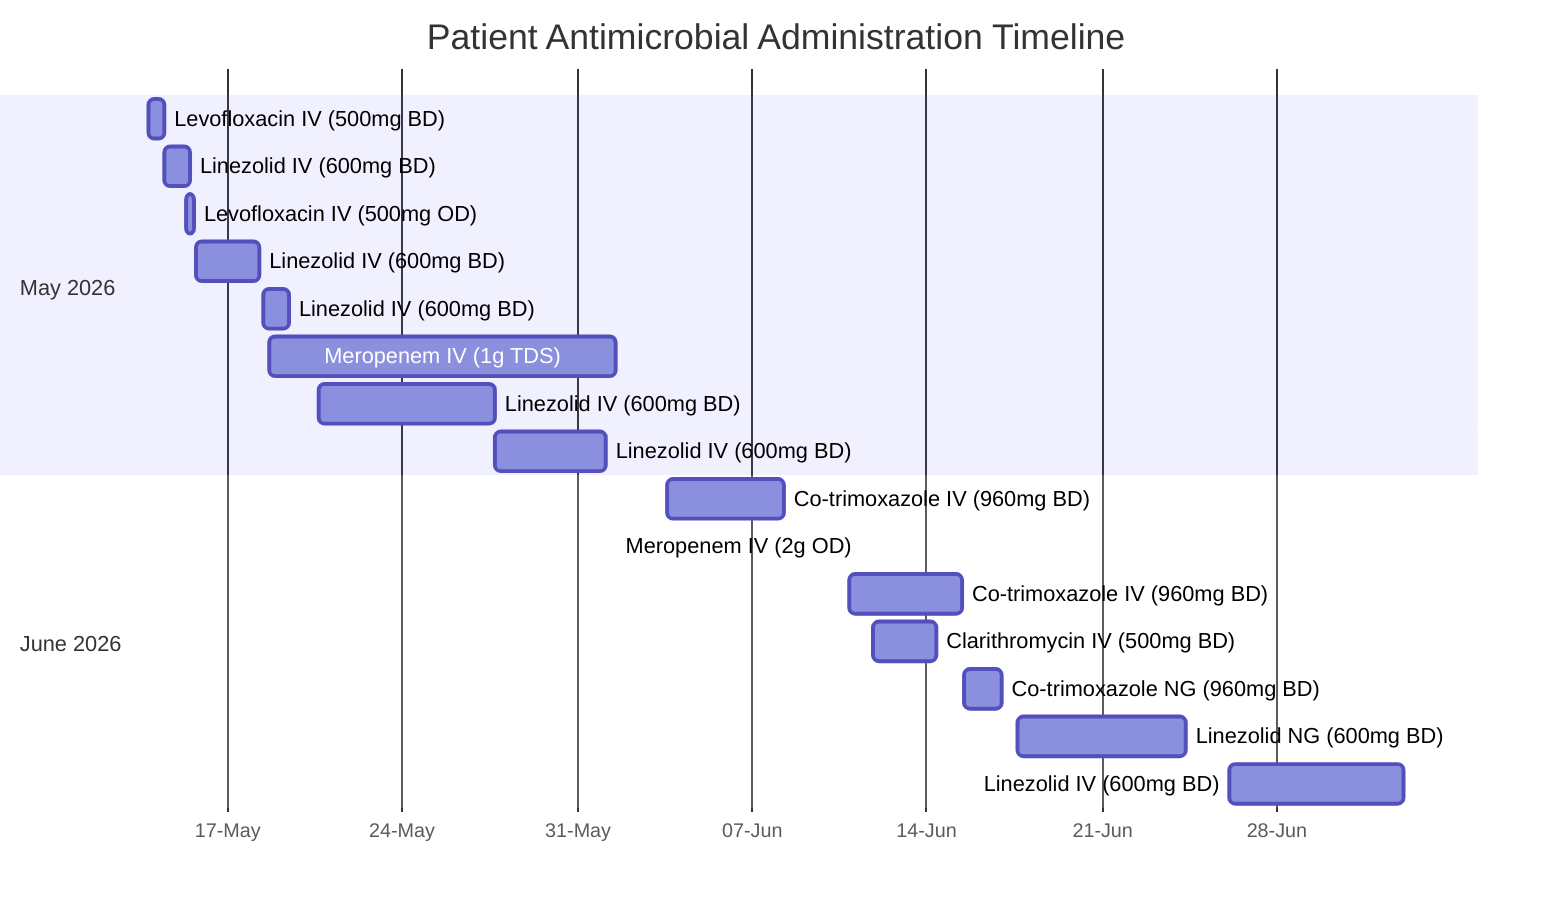
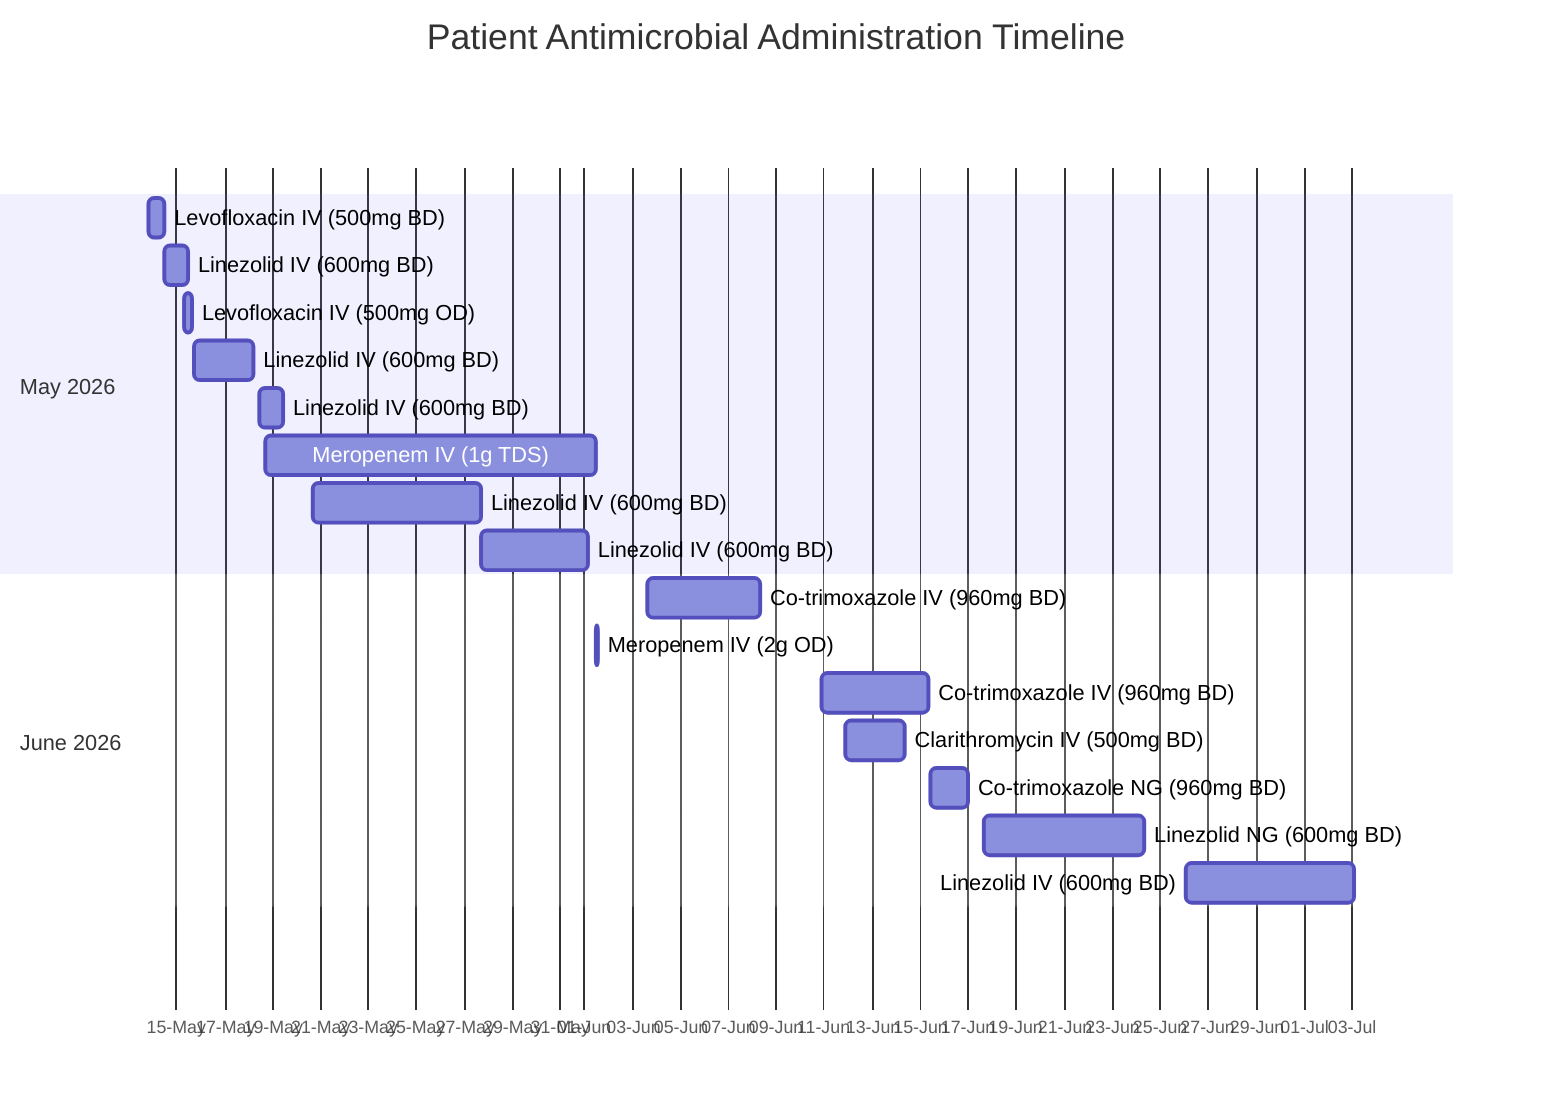
+ ---
+ config:
+   gantt:
+     tickInterval: 2day
+     topPadding: 100
+     leftPadding: 75
+     rightPadding: 100
+   themeCSS: |
+     g.tick text { font-size: 9px; }
+ ---
gantt
    title Patient Antimicrobial Administration Timeline
    dateFormat  YYYY-MM-DD HH:mm
    axisFormat %d-%b

    section May 2026
    Levofloxacin IV (500mg BD)    :a1, 2026-05-13 19:39, 16h
    Linezolid IV (600mg BD)       :a2, after a1, 24h
    Levofloxacin IV (500mg OD)    :a3, 2026-05-15 08:00, 8h
    Linezolid IV (600mg BD)       :a4, 2026-05-15 17:30, 60h
    Linezolid IV (600mg BD)       :a5, 2026-05-18 10:38, 24h
    Meropenem IV (1g TDS)         :a6, 2026-05-18 16:00, 332h
    Linezolid IV (600mg BD)       :a7, 2026-05-20 16:00, 168h
    Linezolid IV (600mg BD)       :a8, 2026-05-27 16:00, 108h

    section June 2026
    Co-trimoxazole IV (960mg BD)  :b1, 2026-06-03 15:00, 112h
-     Meropenem IV (2g OD)          :b2, 2026-06-01 11:55, ?
+     Meropenem IV (2g OD)          :b2, 2026-06-01 11:55, 1h
    Co-trimoxazole IV (960mg BD)  :b3, 2026-06-10 21:00, 108h
    Clarithromycin IV (500mg BD)  :b4, 2026-06-11 21:00, 60h
    Co-trimoxazole NG (960mg BD)  :b5, 2026-06-15 10:48, 36h
    Linezolid NG (600mg BD)       :b6, 2026-06-17 15:48, 160h
    Linezolid IV (600mg BD)       :b7, 2026-06-26 02:00, 168h
